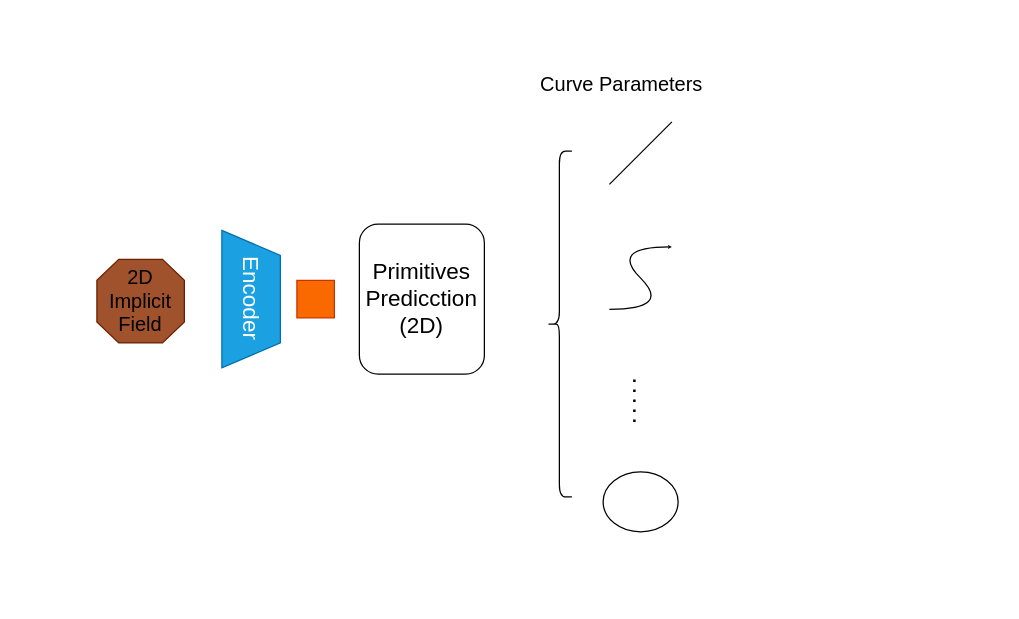
Earlier version of the draw.io diagram img/2Dprofile.drawio (wenqi-wang20/img). Source tidied: cells renumbered, new cells numbered last; positions are measured from the earlier drawing's top-left corner, leaving out a move shared by most shapes. Both pictures are drawn from the tidied source at 125%, with x=0, y=0 at pixel (96, 59).
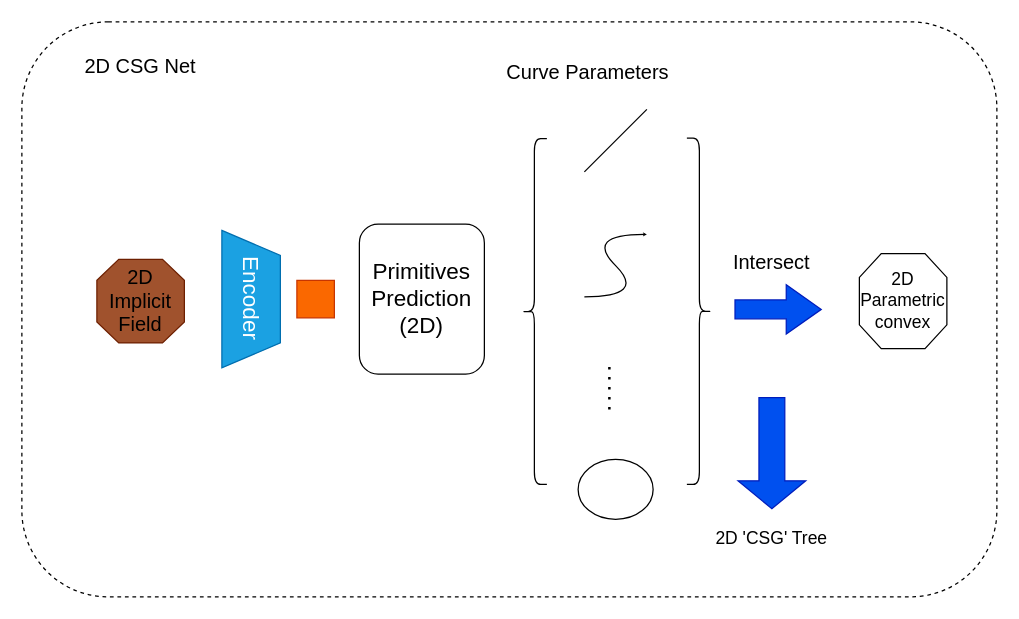
The same diagram, later.

What changed in the source:
```diff
@@
+    <mxCell id="14" style="rounded=1;whiteSpace=wrap;html=1;dashed=1;fillColor=none;" parent="1" vertex="1">
+      <mxGeometry x="-60" y="-30" width="780" height="460" as="geometry" />
+    </mxCell>
@@
-    <mxCell id="6" style="shape=curlyBracket;whiteSpace=wrap;html=1;rounded=1;labelPosition=left;verticalLabelPosition=middle;align=right;verticalAlign=middle;" parent="1" vertex="1">
-      <mxGeometry x="360" y="73.4" width="20" height="276.6" as="geometry" />
-    </mxCell>
@@
-    <mxCell id="8" value="&lt;span style=&quot;font-size: 18px;&quot;&gt;Primitives&lt;br&gt;Predicction&lt;br&gt;(2D)&lt;br&gt;&lt;/span&gt;" style="rounded=1;whiteSpace=wrap;html=1;" parent="1" vertex="1">
+    <mxCell id="8" value="&lt;span style=&quot;font-size: 18px;&quot;&gt;Primitives&lt;br&gt;Prediction&lt;br&gt;(2D)&lt;br&gt;&lt;/span&gt;" style="rounded=1;whiteSpace=wrap;html=1;" parent="1" vertex="1">
       <mxGeometry x="210" y="131.8" width="100" height="120" as="geometry" />
     </mxCell>
+    <mxCell id="12" value="&lt;font style=&quot;font-size: 16px;&quot;&gt;Curve Parameters&lt;/font&gt;" style="text;html=1;strokeColor=none;fillColor=none;align=center;verticalAlign=middle;whiteSpace=wrap;rounded=0;" parent="1" vertex="1">
+      <mxGeometry x="312.5" y="-10" width="160" height="40" as="geometry" />
+    </mxCell>
+    <mxCell id="15" style="group;" parent="1" vertex="1">
+      <mxGeometry x="340" y="40" width="105" height="328" as="geometry" />
+    </mxCell>
+    <mxCell id="6" style="shape=curlyBracket;whiteSpace=wrap;html=1;rounded=1;labelPosition=left;verticalLabelPosition=middle;align=right;verticalAlign=middle;" parent="15" vertex="1">
+      <mxGeometry y="23.4" width="20" height="276.6" as="geometry" />
+    </mxCell>
-    <mxCell id="9" style="endArrow=none;html=1;rounded=0;" parent="1" edge="1">
+    <mxCell id="9" style="endArrow=none;html=1;rounded=0;" parent="15" edge="1">
       <mxGeometry relative="1" as="geometry">
-        <mxPoint x="410" y="100" as="sourcePoint" />
-        <mxPoint x="460" y="50" as="targetPoint" />
+        <mxPoint x="50" y="50" as="sourcePoint" />
+        <mxPoint x="100" as="targetPoint" />
       </mxGeometry>
     </mxCell>
-    <mxCell id="10" style="curved=1;endArrow=classic;html=1;rounded=0;endSize=0;startSize=0;" parent="1" edge="1">
+    <mxCell id="10" style="curved=1;endArrow=classic;html=1;rounded=0;endSize=0;startSize=0;" parent="15" edge="1">
       <mxGeometry relative="1" as="geometry">
-        <mxPoint x="410" y="200" as="sourcePoint" />
-        <mxPoint x="460" y="150" as="targetPoint" />
+        <mxPoint x="50" y="150" as="sourcePoint" />
+        <mxPoint x="100" y="100" as="targetPoint" />
         <Array as="points">
-          <mxPoint x="460" y="200" />
-          <mxPoint x="410" y="150" />
+          <mxPoint x="100" y="150" />
+          <mxPoint x="50" y="100" />
         </Array>
       </mxGeometry>
     </mxCell>
-    <mxCell id="11" style="ellipse;whiteSpace=wrap;html=1;" parent="1" vertex="1">
-      <mxGeometry x="405" y="330" width="60" height="48" as="geometry" />
+    <mxCell id="11" style="ellipse;whiteSpace=wrap;html=1;" parent="15" vertex="1">
+      <mxGeometry x="45" y="280" width="60" height="48" as="geometry" />
     </mxCell>
-    <mxCell id="12" value="&lt;font style=&quot;font-size: 16px;&quot;&gt;Curve Parameters&lt;/font&gt;" style="text;html=1;strokeColor=none;fillColor=none;align=center;verticalAlign=middle;whiteSpace=wrap;rounded=0;" parent="1" vertex="1">
-      <mxGeometry x="340" width="160" height="40" as="geometry" />
-    </mxCell>
-    <mxCell id="13" style="endArrow=none;dashed=1;html=1;dashPattern=1 3;strokeWidth=2;rounded=0;" parent="1" edge="1">
+    <mxCell id="13" style="endArrow=none;dashed=1;html=1;dashPattern=1 3;strokeWidth=2;rounded=0;" parent="15" edge="1">
       <mxGeometry relative="1" as="geometry">
-        <mxPoint x="430" y="290" as="sourcePoint" />
-        <mxPoint x="430" y="250" as="targetPoint" />
+        <mxPoint x="70" y="240" as="sourcePoint" />
+        <mxPoint x="70" y="200" as="targetPoint" />
       </mxGeometry>
     </mxCell>
+    <mxCell id="16" style="shape=curlyBracket;whiteSpace=wrap;html=1;rounded=1;flipH=1;labelPosition=right;verticalLabelPosition=middle;align=left;verticalAlign=middle;" parent="1" vertex="1">
+      <mxGeometry x="472" y="63" width="20" height="277" as="geometry" />
+    </mxCell>
+    <mxCell id="17" style="shape=flexArrow;endArrow=classic;html=1;rounded=0;endWidth=23.243243243243242;endSize=8.999999999999998;width=15.135135135135135;fillColor=#0050ef;strokeColor=#001DBC;" parent="1" edge="1">
+      <mxGeometry relative="1" as="geometry">
+        <mxPoint x="510" y="200" as="sourcePoint" />
+        <mxPoint x="580" y="200" as="targetPoint" />
+      </mxGeometry>
+    </mxCell>
+    <mxCell id="18" value="&lt;font style=&quot;font-size: 16px;&quot;&gt;Intersect&lt;/font&gt;" style="text;html=1;strokeColor=none;fillColor=none;align=center;verticalAlign=middle;whiteSpace=wrap;rounded=0;" parent="1" vertex="1">
+      <mxGeometry x="510" y="146.8" width="60" height="30" as="geometry" />
+    </mxCell>
+    <mxCell id="19" style="verticalLabelPosition=bottom;verticalAlign=top;html=1;shape=mxgraph.basic.polygon;polyCoords=[[0.25,0],[0.75,0],[1,0.25],[1,0.75],[0.75,1],[0.25,1],[0,0.75],[0,0.25]];polyline=0;" parent="1" vertex="1">
+      <mxGeometry x="610" y="155.4" width="70" height="76" as="geometry" />
+    </mxCell>
+    <mxCell id="20" style="shape=flexArrow;endArrow=classic;html=1;rounded=0;endWidth=32.41379310344828;endSize=7.110344827586207;width=20.689655172413794;fillColor=#0050ef;strokeColor=#001DBC;" parent="1" edge="1">
+      <mxGeometry relative="1" as="geometry">
+        <mxPoint x="540" y="270" as="sourcePoint" />
+        <mxPoint x="540" y="360" as="targetPoint" />
+      </mxGeometry>
+    </mxCell>
+    <mxCell id="21" value="&lt;font style=&quot;font-size: 14px;&quot;&gt;2D&lt;br&gt;Parametric&lt;br&gt;convex&lt;/font&gt;" style="text;html=1;strokeColor=none;fillColor=none;align=center;verticalAlign=middle;whiteSpace=wrap;rounded=0;" parent="1" vertex="1">
+      <mxGeometry x="615" y="178.4" width="60" height="30" as="geometry" />
+    </mxCell>
+    <mxCell id="22" value="&lt;font style=&quot;font-size: 14px;&quot;&gt;2D 'CSG' Tree&lt;/font&gt;" style="text;html=1;strokeColor=none;fillColor=none;align=center;verticalAlign=middle;whiteSpace=wrap;rounded=0;" parent="1" vertex="1">
+      <mxGeometry x="490" y="368" width="100" height="30" as="geometry" />
+    </mxCell>
+    <mxCell id="23" value="&lt;font style=&quot;font-size: 16px;&quot;&gt;2D CSG Net&lt;/font&gt;" style="text;html=1;strokeColor=none;fillColor=none;align=center;verticalAlign=middle;whiteSpace=wrap;rounded=0;" parent="1" vertex="1">
+      <mxGeometry x="-20" y="-10" width="110" height="30" as="geometry" />
+    </mxCell>
```
